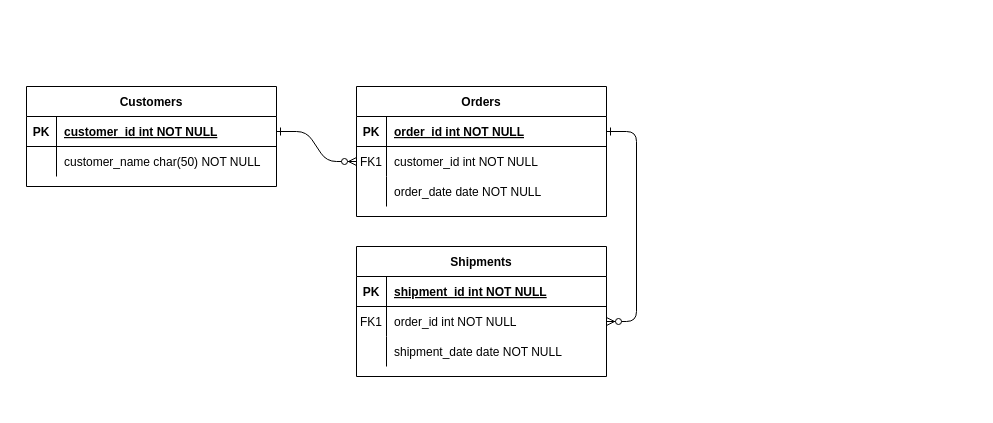
This is quiz/attendance_system_erd.drawio from zahinz/Week-2-Backend-Assessment, a draw.io file, before an edit. Source tidied: cells renumbered, new cells numbered last; positions are measured from the earlier drawing's top-left corner, leaving out a move shared by most shapes. Both pictures are drawn from the tidied source at 100%, with x=0, y=0 at pixel (26, 86).
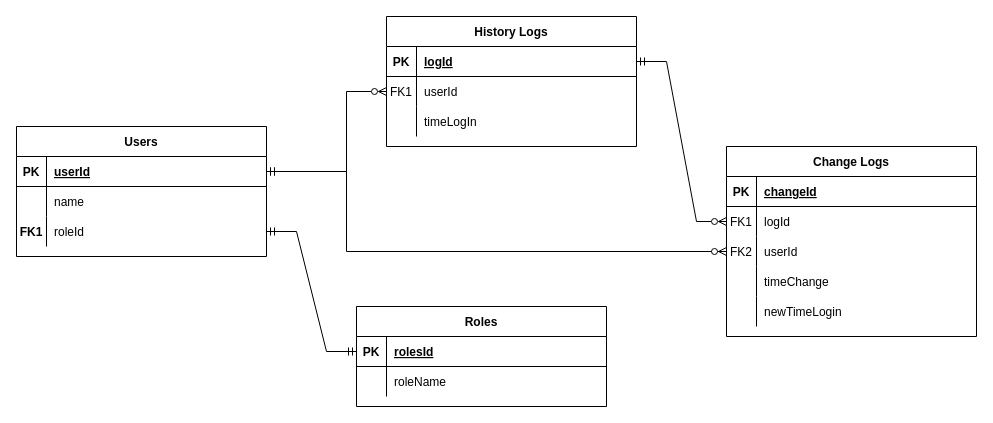
The same page after the edit.

The change refers to these unchanged cells:
```xml
<mxCell id="5" style="shape=partialRectangle;fillColor=none;points=[[0,0.5],[1,0.5]];portConstraint=eastwest;top=0;left=0;right=0;bottom=1;" parent="4" vertex="1">
  <mxGeometry y="30" width="250" height="30" as="geometry" />
</mxCell>
<mxCell id="8" style="shape=partialRectangle;fillColor=none;points=[[0,0.5],[1,0.5]];portConstraint=eastwest;top=0;left=0;right=0;bottom=0;" parent="4" vertex="1">
  <mxGeometry y="60" width="250" height="30" as="geometry" />
</mxCell>
<mxCell id="11" style="shape=partialRectangle;fillColor=none;points=[[0,0.5],[1,0.5]];portConstraint=eastwest;top=0;left=0;right=0;bottom=0;" parent="4" vertex="1">
  <mxGeometry y="90" width="250" height="30" as="geometry" />
</mxCell>
<mxCell id="15" style="shape=partialRectangle;fillColor=none;points=[[0,0.5],[1,0.5]];portConstraint=eastwest;top=0;left=0;right=0;bottom=1;" parent="14" vertex="1">
  <mxGeometry y="30" width="250" height="30" as="geometry" />
</mxCell>
<mxCell id="18" style="shape=partialRectangle;fillColor=none;points=[[0,0.5],[1,0.5]];portConstraint=eastwest;top=0;left=0;right=0;bottom=0;" parent="14" vertex="1">
  <mxGeometry y="60" width="250" height="30" as="geometry" />
</mxCell>
```

Diff of the diagram source:
```diff
@@
-    <mxCell id="2" style="edgeStyle=entityRelationEdgeStyle;endArrow=ERzeroToMany;startArrow=ERone;endFill=1;startFill=0;" parent="1" edge="1" source="25" target="8">
-      <mxGeometry relative="1" as="geometry" />
-    </mxCell>
-    <mxCell id="3" style="edgeStyle=entityRelationEdgeStyle;endArrow=ERzeroToMany;startArrow=ERone;endFill=1;startFill=0;" parent="1" edge="1" source="5" target="18">
-      <mxGeometry relative="1" as="geometry" />
-    </mxCell>
-    <mxCell id="4" value="Orders" style="shape=table;startSize=30;childLayout=tableLayout;rowLines=0;fontStyle=1;align=center;" parent="1" vertex="1">
-      <mxGeometry x="330" width="250" height="130" as="geometry" />
+    <mxCell id="4" value="Users" style="shape=table;startSize=30;childLayout=tableLayout;rowLines=0;fontStyle=1;align=center;" parent="1" vertex="1">
+      <mxGeometry x="-10" y="40" width="250" height="130" as="geometry" />
     </mxCell>
@@
-    <mxCell id="7" value="order_id int NOT NULL " style="shape=partialRectangle;overflow=hidden;fillColor=none;top=0;left=0;bottom=0;right=0;align=left;spacingLeft=6;fontStyle=5;" parent="5" vertex="1">
+    <mxCell id="7" value="userId" style="shape=partialRectangle;overflow=hidden;fillColor=none;top=0;left=0;bottom=0;right=0;align=left;spacingLeft=6;fontStyle=5;" parent="5" vertex="1">
       <mxGeometry x="30" width="220" height="30" as="geometry" />
     </mxCell>
@@
-    <mxCell id="9" value="FK1" style="shape=partialRectangle;overflow=hidden;fillColor=none;top=0;left=0;bottom=0;right=0;" parent="8" vertex="1">
+    <mxCell id="9" style="shape=partialRectangle;overflow=hidden;fillColor=none;top=0;left=0;bottom=0;right=0;" parent="8" vertex="1">
       <mxGeometry width="30" height="30" as="geometry" />
     </mxCell>
-    <mxCell id="10" value="customer_id int NOT NULL" style="shape=partialRectangle;overflow=hidden;fillColor=none;top=0;left=0;bottom=0;right=0;align=left;spacingLeft=6;" parent="8" vertex="1">
+    <mxCell id="10" value="name" style="shape=partialRectangle;overflow=hidden;fillColor=none;top=0;left=0;bottom=0;right=0;align=left;spacingLeft=6;" parent="8" vertex="1">
       <mxGeometry x="30" width="220" height="30" as="geometry" />
     </mxCell>
@@
-    <mxCell id="12" style="shape=partialRectangle;overflow=hidden;fillColor=none;top=0;left=0;bottom=0;right=0;" parent="11" vertex="1">
+    <mxCell id="12" value="FK1" style="shape=partialRectangle;overflow=hidden;fillColor=none;top=0;left=0;bottom=0;right=0;fontStyle=1;" parent="11" vertex="1">
       <mxGeometry width="30" height="30" as="geometry" />
     </mxCell>
-    <mxCell id="13" value="order_date date NOT NULL" style="shape=partialRectangle;overflow=hidden;fillColor=none;top=0;left=0;bottom=0;right=0;align=left;spacingLeft=6;" parent="11" vertex="1">
+    <mxCell id="13" value="roleId" style="shape=partialRectangle;overflow=hidden;fillColor=none;top=0;left=0;bottom=0;right=0;align=left;spacingLeft=6;" parent="11" vertex="1">
       <mxGeometry x="30" width="220" height="30" as="geometry" />
     </mxCell>
-    <mxCell id="14" value="Shipments" style="shape=table;startSize=30;childLayout=tableLayout;rowLines=0;fontStyle=1;align=center;" parent="1" vertex="1">
-      <mxGeometry x="330" y="160" width="250" height="130" as="geometry" />
+    <mxCell id="14" value="History Logs" style="shape=table;startSize=30;childLayout=tableLayout;rowLines=0;fontStyle=1;align=center;" parent="1" vertex="1">
+      <mxGeometry x="360" y="-70" width="250" height="130" as="geometry" />
     </mxCell>
@@
-    <mxCell id="17" value="shipment_id int NOT NULL " style="shape=partialRectangle;overflow=hidden;fillColor=none;top=0;left=0;bottom=0;right=0;align=left;spacingLeft=6;fontStyle=5;" parent="15" vertex="1">
+    <mxCell id="17" value="logId" style="shape=partialRectangle;overflow=hidden;fillColor=none;top=0;left=0;bottom=0;right=0;align=left;spacingLeft=6;fontStyle=5;" parent="15" vertex="1">
       <mxGeometry x="30" width="220" height="30" as="geometry" />
     </mxCell>
@@
-    <mxCell id="20" value="order_id int NOT NULL" style="shape=partialRectangle;overflow=hidden;fillColor=none;top=0;left=0;bottom=0;right=0;align=left;spacingLeft=6;" parent="18" vertex="1">
+    <mxCell id="20" value="userId" style="shape=partialRectangle;overflow=hidden;fillColor=none;top=0;left=0;bottom=0;right=0;align=left;spacingLeft=6;" parent="18" vertex="1">
       <mxGeometry x="30" width="220" height="30" as="geometry" />
     </mxCell>
-    <mxCell id="21" style="shape=partialRectangle;fillColor=none;top=0;left=0;right=0;bottom=0;" parent="14" vertex="1">
-      <mxGeometry y="90" width="250" height="30" as="geometry" />
-    </mxCell>
-    <mxCell id="22" style="shape=partialRectangle;overflow=hidden;fillColor=none;top=0;left=0;bottom=0;right=0;" parent="21" vertex="1">
-      <mxGeometry width="30" height="30" as="geometry" />
-    </mxCell>
-    <mxCell id="23" value="shipment_date date NOT NULL" style="shape=partialRectangle;overflow=hidden;fillColor=none;top=0;left=0;bottom=0;right=0;align=left;spacingLeft=6;" parent="21" vertex="1">
-      <mxGeometry x="30" width="220" height="30" as="geometry" />
-    </mxCell>
-    <mxCell id="24" value="Customers" style="shape=table;startSize=30;childLayout=tableLayout;rowLines=0;fontStyle=1;align=center;" parent="1" vertex="1">
-      <mxGeometry width="250" height="100" as="geometry" />
-    </mxCell>
-    <mxCell id="25" style="shape=partialRectangle;fillColor=none;points=[[0,0.5],[1,0.5]];portConstraint=eastwest;top=0;left=0;right=0;bottom=1;" parent="24" vertex="1">
-      <mxGeometry y="30" width="250" height="30" as="geometry" />
-    </mxCell>
-    <mxCell id="26" value="PK" style="shape=partialRectangle;overflow=hidden;fillColor=none;top=0;left=0;bottom=0;right=0;fontStyle=1;" parent="25" vertex="1">
-      <mxGeometry width="30" height="30" as="geometry" />
-    </mxCell>
-    <mxCell id="27" value="customer_id int NOT NULL " style="shape=partialRectangle;overflow=hidden;fillColor=none;top=0;left=0;bottom=0;right=0;align=left;spacingLeft=6;fontStyle=5;" parent="25" vertex="1">
-      <mxGeometry x="30" width="220" height="30" as="geometry" />
-    </mxCell>
-    <mxCell id="28" style="shape=partialRectangle;fillColor=none;top=0;left=0;right=0;bottom=0;" parent="24" vertex="1">
-      <mxGeometry y="60" width="250" height="30" as="geometry" />
-    </mxCell>
-    <mxCell id="29" style="shape=partialRectangle;overflow=hidden;fillColor=none;top=0;left=0;bottom=0;right=0;" parent="28" vertex="1">
-      <mxGeometry width="30" height="30" as="geometry" />
-    </mxCell>
-    <mxCell id="30" value="customer_name char(50) NOT NULL" style="shape=partialRectangle;overflow=hidden;fillColor=none;top=0;left=0;bottom=0;right=0;align=left;spacingLeft=6;" parent="28" vertex="1">
-      <mxGeometry x="30" width="220" height="30" as="geometry" />
-    </mxCell>
+    <mxCell id="31" style="shape=partialRectangle;fillColor=none;top=0;left=0;right=0;bottom=0;" parent="14" vertex="1">
+      <mxGeometry y="90" width="250" height="30" as="geometry" />
+    </mxCell>
+    <mxCell id="32" style="shape=partialRectangle;overflow=hidden;fillColor=none;top=0;left=0;bottom=0;right=0;" parent="31" vertex="1">
+      <mxGeometry width="30" height="30" as="geometry" />
+    </mxCell>
+    <mxCell id="33" value="timeLogIn" style="shape=partialRectangle;overflow=hidden;fillColor=none;top=0;left=0;bottom=0;right=0;align=left;spacingLeft=6;" parent="31" vertex="1">
+      <mxGeometry x="30" width="220" height="30" as="geometry" />
+    </mxCell>
+    <mxCell id="34" value="Change Logs" style="shape=table;startSize=30;childLayout=tableLayout;rowLines=0;fontStyle=1;align=center;" parent="1" vertex="1">
+      <mxGeometry x="700" y="60" width="250" height="190" as="geometry" />
+    </mxCell>
+    <mxCell id="35" style="shape=partialRectangle;fillColor=none;top=0;left=0;right=0;bottom=1;" parent="34" vertex="1">
+      <mxGeometry y="30" width="250" height="30" as="geometry" />
+    </mxCell>
+    <mxCell id="36" value="PK" style="shape=partialRectangle;overflow=hidden;fillColor=none;top=0;left=0;bottom=0;right=0;fontStyle=1;" parent="35" vertex="1">
+      <mxGeometry width="30" height="30" as="geometry" />
+    </mxCell>
+    <mxCell id="37" value="changeId" style="shape=partialRectangle;overflow=hidden;fillColor=none;top=0;left=0;bottom=0;right=0;align=left;spacingLeft=6;fontStyle=5;" parent="35" vertex="1">
+      <mxGeometry x="30" width="220" height="30" as="geometry" />
+    </mxCell>
+    <mxCell id="38" style="shape=partialRectangle;fillColor=none;points=[[0,0.5],[1,0.5]];portConstraint=eastwest;top=0;left=0;right=0;bottom=0;" parent="34" vertex="1">
+      <mxGeometry y="60" width="250" height="30" as="geometry" />
+    </mxCell>
+    <mxCell id="39" value="FK1" style="shape=partialRectangle;overflow=hidden;fillColor=none;top=0;left=0;bottom=0;right=0;" parent="38" vertex="1">
+      <mxGeometry width="30" height="30" as="geometry" />
+    </mxCell>
+    <mxCell id="40" value="logId" style="shape=partialRectangle;overflow=hidden;fillColor=none;top=0;left=0;bottom=0;right=0;align=left;spacingLeft=6;" parent="38" vertex="1">
+      <mxGeometry x="30" width="220" height="30" as="geometry" />
+    </mxCell>
+    <mxCell id="41" style="shape=partialRectangle;fillColor=none;points=[[0,0.5],[1,0.5]];portConstraint=eastwest;top=0;left=0;right=0;bottom=0;" parent="34" vertex="1">
+      <mxGeometry y="90" width="250" height="30" as="geometry" />
+    </mxCell>
+    <mxCell id="42" value="FK2" style="shape=partialRectangle;overflow=hidden;fillColor=none;top=0;left=0;bottom=0;right=0;" parent="41" vertex="1">
+      <mxGeometry width="30" height="30" as="geometry" />
+    </mxCell>
+    <mxCell id="43" value="userId" style="shape=partialRectangle;overflow=hidden;fillColor=none;top=0;left=0;bottom=0;right=0;align=left;spacingLeft=6;" parent="41" vertex="1">
+      <mxGeometry x="30" width="220" height="30" as="geometry" />
+    </mxCell>
+    <mxCell id="44" style="shape=partialRectangle;fillColor=none;top=0;left=0;right=0;bottom=0;" parent="34" vertex="1">
+      <mxGeometry y="120" width="250" height="30" as="geometry" />
+    </mxCell>
+    <mxCell id="45" style="shape=partialRectangle;overflow=hidden;fillColor=none;top=0;left=0;bottom=0;right=0;" parent="44" vertex="1">
+      <mxGeometry width="30" height="30" as="geometry" />
+    </mxCell>
+    <mxCell id="46" value="timeChange" style="shape=partialRectangle;overflow=hidden;fillColor=none;top=0;left=0;bottom=0;right=0;align=left;spacingLeft=6;" parent="44" vertex="1">
+      <mxGeometry x="30" width="220" height="30" as="geometry" />
+    </mxCell>
+    <mxCell id="47" style="shape=partialRectangle;fillColor=none;top=0;left=0;right=0;bottom=0;" parent="34" vertex="1">
+      <mxGeometry y="150" width="250" height="30" as="geometry" />
+    </mxCell>
+    <mxCell id="48" style="shape=partialRectangle;overflow=hidden;fillColor=none;top=0;left=0;bottom=0;right=0;" parent="47" vertex="1">
+      <mxGeometry width="30" height="30" as="geometry" />
+    </mxCell>
+    <mxCell id="49" value="newTimeLogin" style="shape=partialRectangle;overflow=hidden;fillColor=none;top=0;left=0;bottom=0;right=0;align=left;spacingLeft=6;" parent="47" vertex="1">
+      <mxGeometry x="30" width="220" height="30" as="geometry" />
+    </mxCell>
+    <mxCell id="50" value="Roles" style="shape=table;startSize=30;childLayout=tableLayout;rowLines=0;fontStyle=1;align=center;" parent="1" vertex="1">
+      <mxGeometry x="330" y="220" width="250" height="100" as="geometry" />
+    </mxCell>
+    <mxCell id="51" style="shape=partialRectangle;fillColor=none;points=[[0,0.5],[1,0.5]];portConstraint=eastwest;top=0;left=0;right=0;bottom=1;" parent="50" vertex="1">
+      <mxGeometry y="30" width="250" height="30" as="geometry" />
+    </mxCell>
+    <mxCell id="52" value="PK" style="shape=partialRectangle;overflow=hidden;fillColor=none;top=0;left=0;bottom=0;right=0;fontStyle=1;" parent="51" vertex="1">
+      <mxGeometry width="30" height="30" as="geometry" />
+    </mxCell>
+    <mxCell id="53" value="rolesId" style="shape=partialRectangle;overflow=hidden;fillColor=none;top=0;left=0;bottom=0;right=0;align=left;spacingLeft=6;fontStyle=5;" parent="51" vertex="1">
+      <mxGeometry x="30" width="220" height="30" as="geometry" />
+    </mxCell>
+    <mxCell id="54" style="shape=partialRectangle;fillColor=none;top=0;left=0;right=0;bottom=0;" parent="50" vertex="1">
+      <mxGeometry y="60" width="250" height="30" as="geometry" />
+    </mxCell>
+    <mxCell id="55" style="shape=partialRectangle;overflow=hidden;fillColor=none;top=0;left=0;bottom=0;right=0;" parent="54" vertex="1">
+      <mxGeometry width="30" height="30" as="geometry" />
+    </mxCell>
+    <mxCell id="56" value="roleName" style="shape=partialRectangle;overflow=hidden;fillColor=none;top=0;left=0;bottom=0;right=0;align=left;spacingLeft=6;" parent="54" vertex="1">
+      <mxGeometry x="30" width="220" height="30" as="geometry" />
+    </mxCell>
+    <mxCell id="57" style="edgeStyle=entityRelationEdgeStyle;rounded=0;jettySize=auto;html=1;entryX=0;entryY=0.5;entryDx=0;entryDy=0;endArrow=ERmandOne;endFill=0;startArrow=ERmandOne;startFill=0;" parent="1" edge="1" source="11" target="51">
+      <mxGeometry relative="1" as="geometry" />
+    </mxCell>
+    <mxCell id="3" style="edgeStyle=orthogonalEdgeStyle;rounded=0;jettySize=auto;html=1;entryX=0;entryY=0.5;entryDx=0;entryDy=0;startArrow=ERmandOne;startFill=0;endArrow=ERzeroToMany;endFill=0;" parent="1" edge="1" source="5" target="18">
+      <mxGeometry relative="1" as="geometry">
+        <Array as="points">
+          <mxPoint x="320" y="85" />
+          <mxPoint x="320" y="5" />
+        </Array>
+      </mxGeometry>
+    </mxCell>
+    <mxCell id="58" style="edgeStyle=entityRelationEdgeStyle;rounded=0;jettySize=auto;html=1;entryX=0;entryY=0.5;entryDx=0;entryDy=0;startArrow=ERmandOne;startFill=0;endArrow=ERzeroToMany;endFill=0;" parent="1" edge="1" source="15" target="38">
+      <mxGeometry relative="1" as="geometry" />
+    </mxCell>
+    <mxCell id="59" style="edgeStyle=orthogonalEdgeStyle;rounded=0;jettySize=auto;html=1;entryX=1;entryY=0.5;entryDx=0;entryDy=0;startArrow=ERzeroToMany;startFill=1;endArrow=ERmandOne;endFill=0;" parent="1" edge="1" source="41" target="5">
+      <mxGeometry relative="1" as="geometry">
+        <Array as="points">
+          <mxPoint x="320" y="165" />
+          <mxPoint x="320" y="85" />
+        </Array>
+      </mxGeometry>
+    </mxCell>
```
